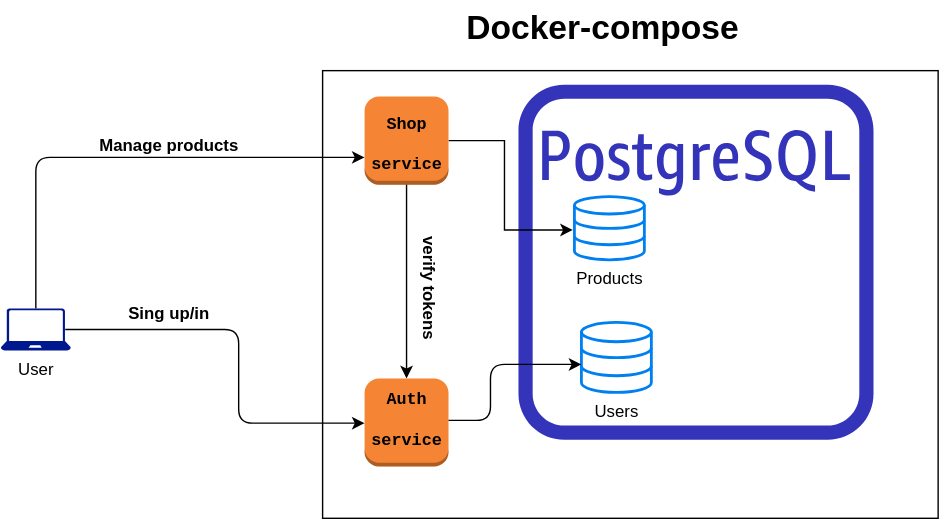
Before: architecture.svg, a diagram exported from draw.io (asanikushin/shop-systems). Source tidied: cells renumbered, new cells last; positions are measured from the earlier drawing's top-left corner, leaving out a move shared by most shapes.
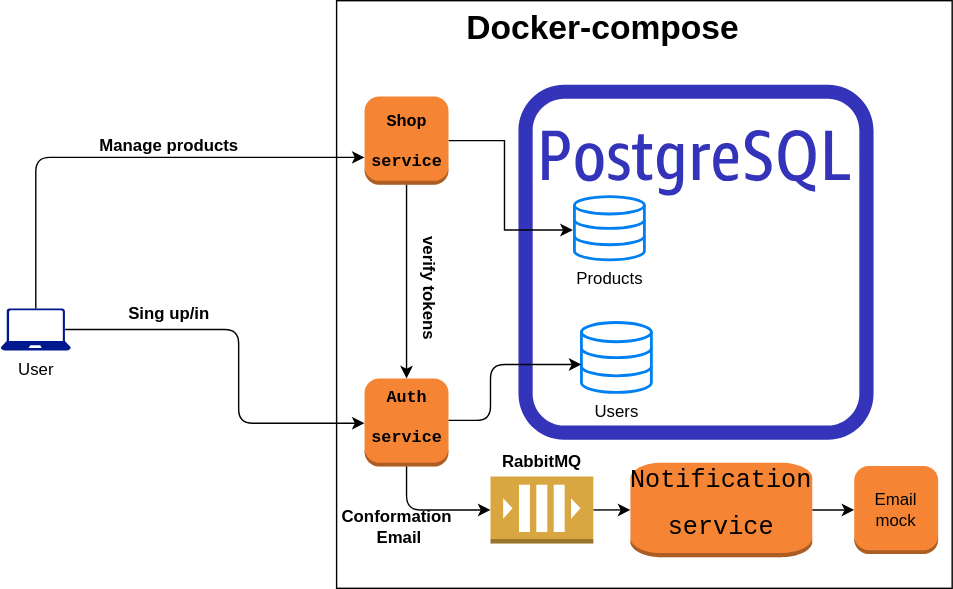
Above is the later version.

Change to the diagram source:
```diff
@@ -3,7 +3,7 @@
     <mxCell id="0" />
     <mxCell id="1" parent="0" />
     <mxCell id="2" style="rounded=0;whiteSpace=wrap;html=1;" parent="1" vertex="1">
-      <mxGeometry x="230" y="50" width="440" height="320" as="geometry" />
+      <mxGeometry x="240" width="440" height="420" as="geometry" />
     </mxCell>
     <mxCell id="3" style="fontColor=#232F3E;gradientColor=none;fillColor=#3334B9;strokeColor=none;dashed=0;verticalLabelPosition=bottom;verticalAlign=top;align=center;html=1;fontSize=12;fontStyle=0;shape=mxgraph.aws4.rds_postgresql_instance_alt;" parent="1" vertex="1">
       <mxGeometry x="370" y="60" width="253.8" height="253.8" as="geometry" />
@@ -31,10 +31,10 @@
     <mxCell id="9" style="outlineConnect=0;dashed=0;verticalLabelPosition=bottom;verticalAlign=top;align=center;html=1;shape=mxgraph.aws3.instance;fillColor=#F58534;gradientColor=none;" parent="1" vertex="1">
       <mxGeometry x="260" y="68.5" width="60" height="63" as="geometry" />
     </mxCell>
-    <mxCell id="10" value="&lt;div&gt;&lt;font style=&quot;font-size: 12px&quot; face=&quot;Courier New&quot;&gt;Shop&lt;/font&gt;&lt;/div&gt;&lt;div&gt;&lt;font style=&quot;font-size: 12px&quot; face=&quot;Courier New&quot;&gt;service&lt;/font&gt;&lt;/div&gt;" style="text;strokeColor=none;fillColor=none;html=1;fontSize=24;fontStyle=1;verticalAlign=middle;align=center;" parent="1" vertex="1">
+    <mxCell id="10" value="&lt;pre&gt;&lt;font style=&quot;font-size: 12px&quot; face=&quot;Courier New&quot;&gt;Shop&lt;br&gt;&lt;/font&gt;&lt;font style=&quot;font-size: 12px&quot; face=&quot;Courier New&quot;&gt;service&lt;/font&gt;&lt;/pre&gt;" style="text;strokeColor=none;fillColor=none;html=1;fontSize=24;fontStyle=1;verticalAlign=middle;align=center;" parent="1" vertex="1">
       <mxGeometry x="250" y="73.1" width="80" height="50" as="geometry" />
     </mxCell>
-    <mxCell id="11" value="&lt;div&gt;&lt;font style=&quot;font-size: 12px&quot; face=&quot;Courier New&quot;&gt;Auth&lt;/font&gt;&lt;/div&gt;&lt;div&gt;&lt;font style=&quot;font-size: 12px&quot; face=&quot;Courier New&quot;&gt;service&lt;/font&gt;&lt;/div&gt;" style="text;strokeColor=none;fillColor=none;html=1;fontSize=24;fontStyle=1;verticalAlign=middle;align=center;" parent="1" vertex="1">
+    <mxCell id="11" value="&lt;pre&gt;&lt;font style=&quot;font-size: 12px&quot; face=&quot;Courier New&quot;&gt;Auth&lt;br&gt;&lt;/font&gt;&lt;font style=&quot;font-size: 12px&quot; face=&quot;Courier New&quot;&gt;service&lt;/font&gt;&lt;/pre&gt;" style="text;strokeColor=none;fillColor=none;html=1;fontSize=24;fontStyle=1;verticalAlign=middle;align=center;" parent="1" vertex="1">
       <mxGeometry x="250" y="270" width="80" height="50" as="geometry" />
     </mxCell>
     <mxCell id="12" style="edgeStyle=segmentEdgeStyle;endArrow=classic;html=1;exitX=0.5;exitY=0;exitDx=0;exitDy=0;exitPerimeter=0;" parent="1" edge="1" source="4" target="9">
@@ -47,7 +47,7 @@
     <mxCell id="13" value="&lt;font style=&quot;font-size: 12px&quot;&gt;Manage products&lt;br&gt;&lt;/font&gt;" style="text;strokeColor=none;fillColor=none;html=1;fontSize=24;fontStyle=1;verticalAlign=middle;align=center;" parent="1" vertex="1">
       <mxGeometry x="70" y="80" width="100" height="40" as="geometry" />
     </mxCell>
-    <mxCell id="14" value="&lt;font style=&quot;font-size: 12px&quot;&gt;Sing up/in&lt;br&gt;&lt;/font&gt;" style="text;strokeColor=none;fillColor=none;html=1;fontSize=24;fontStyle=1;verticalAlign=middle;align=center;" parent="1" vertex="1">
+    <mxCell id="14" value="&lt;p&gt;&lt;font style=&quot;font-size: 12px&quot;&gt;Sing up/in&lt;/font&gt;&lt;/p&gt;" style="text;strokeColor=none;fillColor=none;html=1;fontSize=24;fontStyle=1;verticalAlign=middle;align=center;" parent="1" vertex="1">
       <mxGeometry x="70" y="210" width="100" height="20" as="geometry" />
     </mxCell>
     <mxCell id="15" style="edgeStyle=segmentEdgeStyle;endArrow=classic;html=1;exitX=0.92;exitY=0.5;exitDx=0;exitDy=0;exitPerimeter=0;" parent="1" edge="1" source="4" target="7">
@@ -75,5 +75,39 @@
     <mxCell id="19" value="Docker-compose" style="text;strokeColor=none;fillColor=none;html=1;fontSize=24;fontStyle=1;verticalAlign=middle;align=center;" parent="1" vertex="1">
       <mxGeometry x="380" width="100" height="40" as="geometry" />
     </mxCell>
+    <mxCell id="20" style="edgeStyle=orthogonalEdgeStyle;rounded=0;jettySize=auto;html=1;exitX=1;exitY=0.5;exitDx=0;exitDy=0;exitPerimeter=0;entryX=0;entryY=0.5;entryDx=0;entryDy=0;entryPerimeter=0;" parent="1" edge="1" source="21" target="23">
+      <mxGeometry relative="1" as="geometry" />
+    </mxCell>
+    <mxCell id="21" style="outlineConnect=0;dashed=0;verticalLabelPosition=bottom;verticalAlign=top;align=center;html=1;shape=mxgraph.aws3.queue;fillColor=#D9A741;gradientColor=none;direction=east;" parent="1" vertex="1">
+      <mxGeometry x="350" y="340" width="73.5" height="48" as="geometry" />
+    </mxCell>
+    <mxCell id="22" style="edgeStyle=orthogonalEdgeStyle;rounded=0;jettySize=auto;html=1;exitX=1;exitY=0.5;exitDx=0;exitDy=0;exitPerimeter=0;entryX=0;entryY=0.5;entryDx=0;entryDy=0;entryPerimeter=0;" parent="1" edge="1" source="23" target="24">
+      <mxGeometry relative="1" as="geometry" />
+    </mxCell>
+    <mxCell id="23" style="outlineConnect=0;dashed=0;verticalLabelPosition=bottom;verticalAlign=top;align=center;html=1;shape=mxgraph.aws3.instance;fillColor=#F58534;gradientColor=none;" parent="1" vertex="1">
+      <mxGeometry x="450" y="330.2" width="130" height="67.5" as="geometry" />
+    </mxCell>
+    <mxCell id="24" style="outlineConnect=0;dashed=0;verticalLabelPosition=bottom;verticalAlign=top;align=center;html=1;shape=mxgraph.aws3.instance;fillColor=#F58534;gradientColor=none;" parent="1" vertex="1">
+      <mxGeometry x="610" y="332.5" width="60" height="63" as="geometry" />
+    </mxCell>
+    <mxCell id="25" value="Email&lt;br&gt;mock" style="text;html=1;strokeColor=none;fillColor=none;align=center;verticalAlign=middle;whiteSpace=wrap;rounded=0;" parent="1" vertex="1">
+      <mxGeometry x="620" y="352.5" width="40" height="22" as="geometry" />
+    </mxCell>
+    <mxCell id="26" style="edgeStyle=segmentEdgeStyle;endArrow=classic;html=1;entryX=0;entryY=0.5;entryDx=0;entryDy=0;entryPerimeter=0;exitX=0.5;exitY=1;exitDx=0;exitDy=0;exitPerimeter=0;" parent="1" edge="1" source="7" target="21">
+      <mxGeometry relative="1" as="geometry">
+        <Array as="points">
+          <mxPoint x="290" y="364" />
+        </Array>
+      </mxGeometry>
+    </mxCell>
+    <mxCell id="27" value="&lt;b&gt;RabbitMQ&lt;/b&gt;" style="text;html=1;strokeColor=none;fillColor=none;align=center;verticalAlign=middle;whiteSpace=wrap;rounded=0;" parent="1" vertex="1">
+      <mxGeometry x="351.8" y="320" width="70" height="20" as="geometry" />
+    </mxCell>
+    <mxCell id="28" value="&lt;b&gt;Conformation&amp;nbsp;&lt;br&gt;Email&lt;/b&gt;" style="text;html=1;strokeColor=none;fillColor=none;align=center;verticalAlign=middle;whiteSpace=wrap;rounded=0;" parent="1" vertex="1">
+      <mxGeometry x="250" y="355.5" width="70" height="40" as="geometry" />
+    </mxCell>
+    <mxCell id="29" value="&lt;pre&gt;&lt;font style=&quot;font-size: 18px&quot;&gt;Notification&lt;/font&gt;&lt;/pre&gt;&lt;pre&gt;&lt;font style=&quot;font-size: 18px&quot;&gt;service&lt;/font&gt;&lt;/pre&gt;" style="text;html=1;strokeColor=none;fillColor=none;align=center;verticalAlign=middle;whiteSpace=wrap;rounded=0;" parent="1" vertex="1">
+      <mxGeometry x="450" y="330.2" width="130" height="59.8" as="geometry" />
+    </mxCell>
   </root>
 </mxGraphModel>
```
